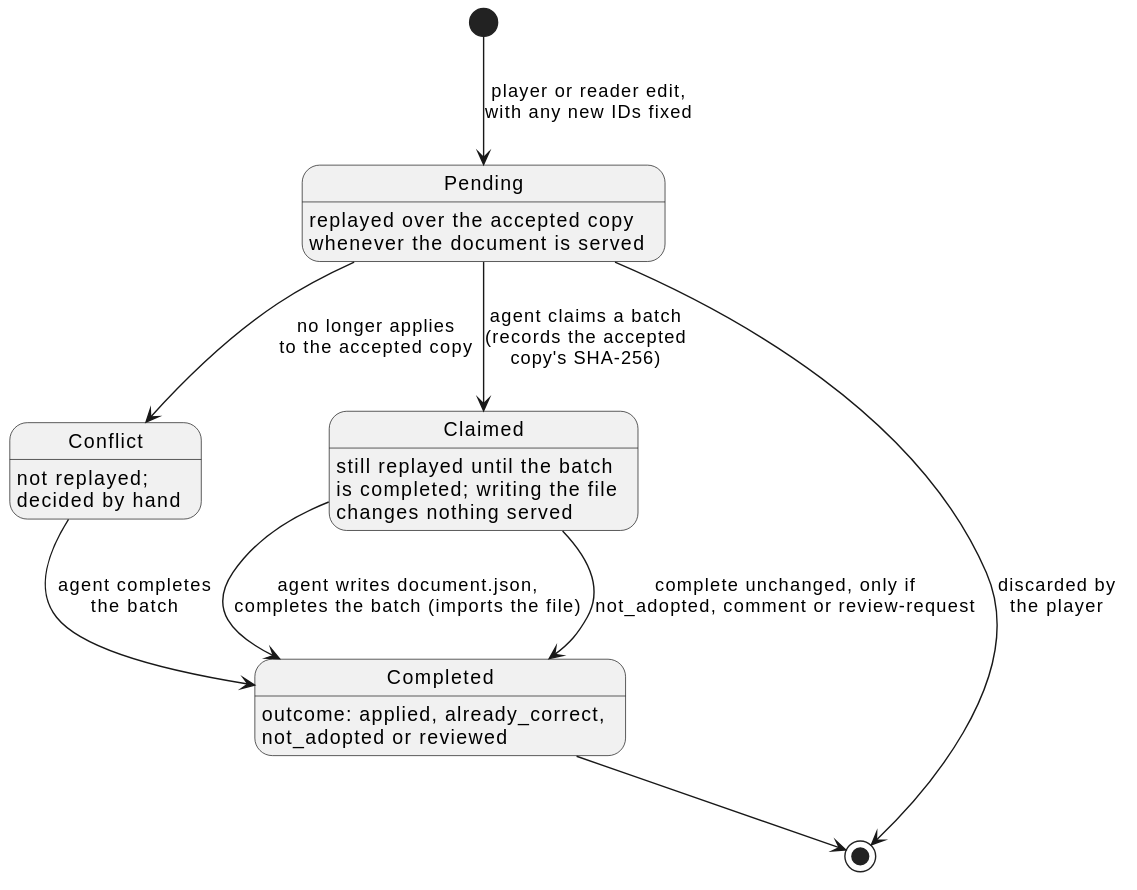
This is docs/diagrams/edit-lifecycle.svg from parkie213/petites-roues, a PlantUML export, as it was before one commit.
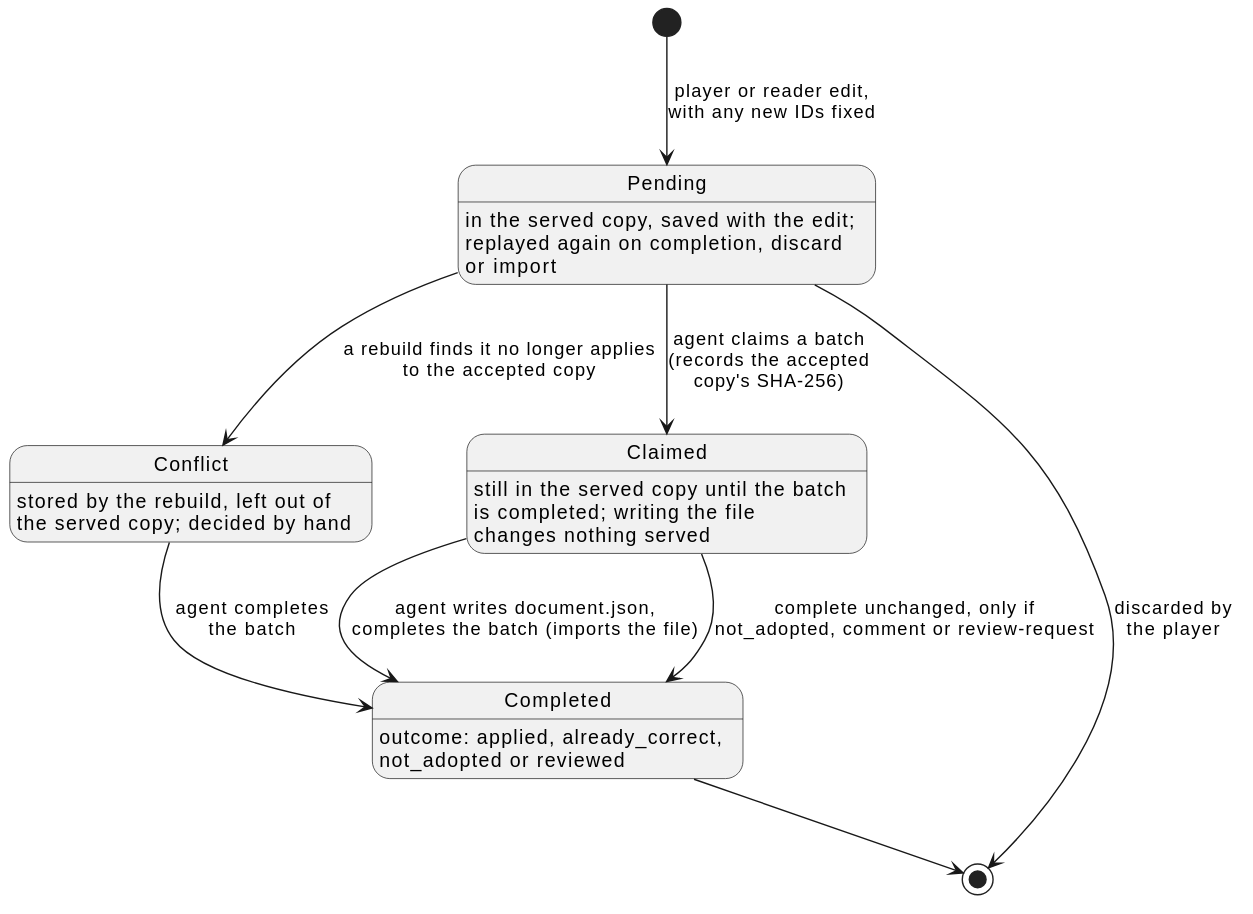
Above is the later version.

What changed in the source:
```diff
@@ -4,11 +4,11 @@
 hide empty description
 
 [*] --> Pending : player or reader edit,\nwith any new IDs fixed
-Pending : replayed over the accepted copy\nwhenever the document is served
-Pending --> Conflict : no longer applies\nto the accepted copy
-Conflict : not replayed;\ndecided by hand
+Pending : in the served copy, saved with the edit;\nreplayed again on completion, discard\nor import
+Pending --> Conflict : a rebuild finds it no longer applies\nto the accepted copy
+Conflict : stored by the rebuild, left out of\nthe served copy; decided by hand
 Pending --> Claimed : agent claims a batch\n(records the accepted\ncopy's SHA-256)
-Claimed : still replayed until the batch\nis completed; writing the file\nchanges nothing served
+Claimed : still in the served copy until the batch\nis completed; writing the file\nchanges nothing served
 Claimed --> Completed : agent writes document.json,\ncompletes the batch (imports the file)
 Conflict --> Completed : agent completes\nthe batch
 Claimed --> Completed : complete unchanged, only if\nnot_adopted, comment or review-request
```
